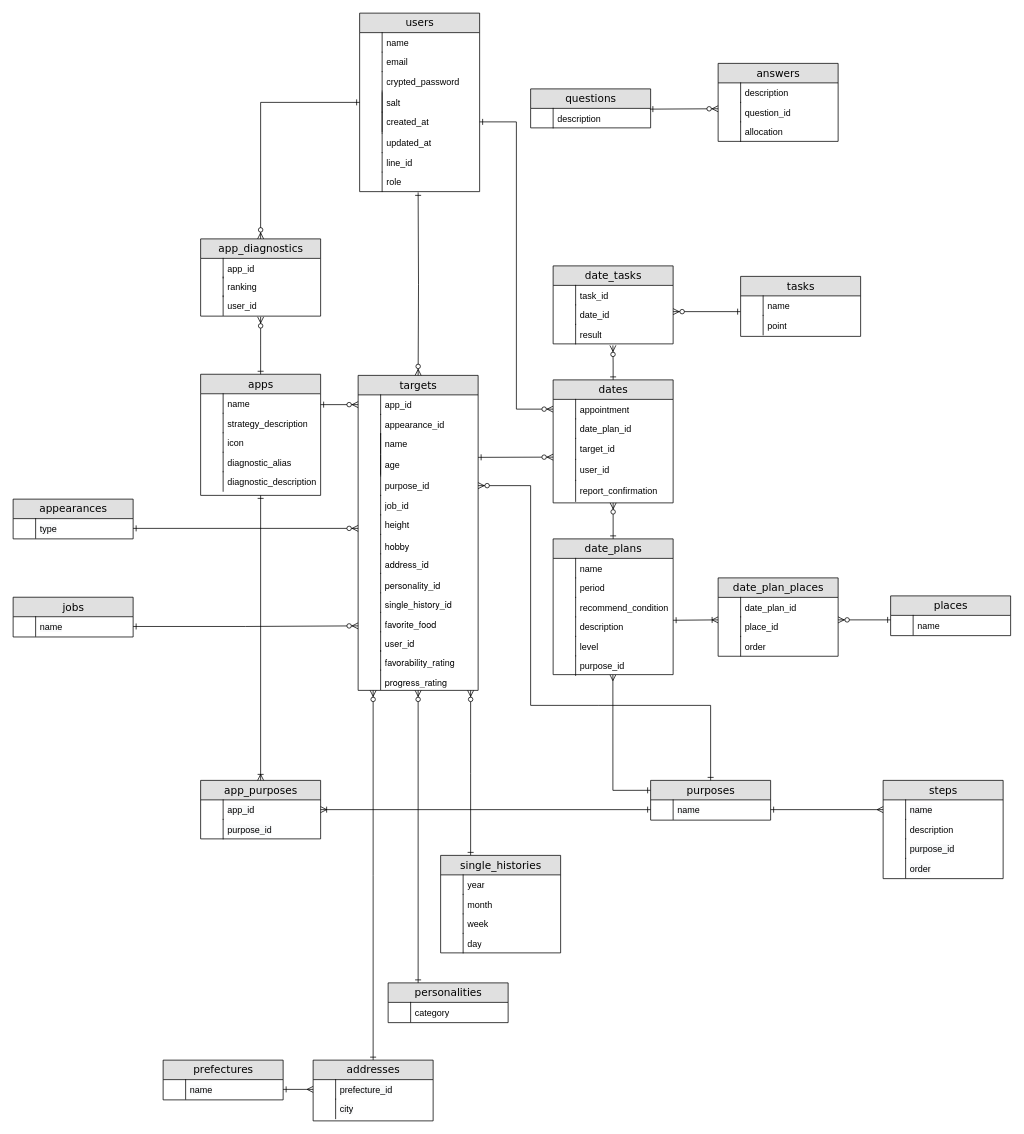
Earlier version of the draw.io diagram Untitled Diagram.drawio (kstar0102/ryuki0102). Source tidied: cells renumbered, new cells numbered last; positions are measured from the earlier drawing's top-left corner, leaving out a move shared by most shapes. Both pictures are drawn from the tidied source at 75%, with x=0, y=0 at pixel (13, 13).
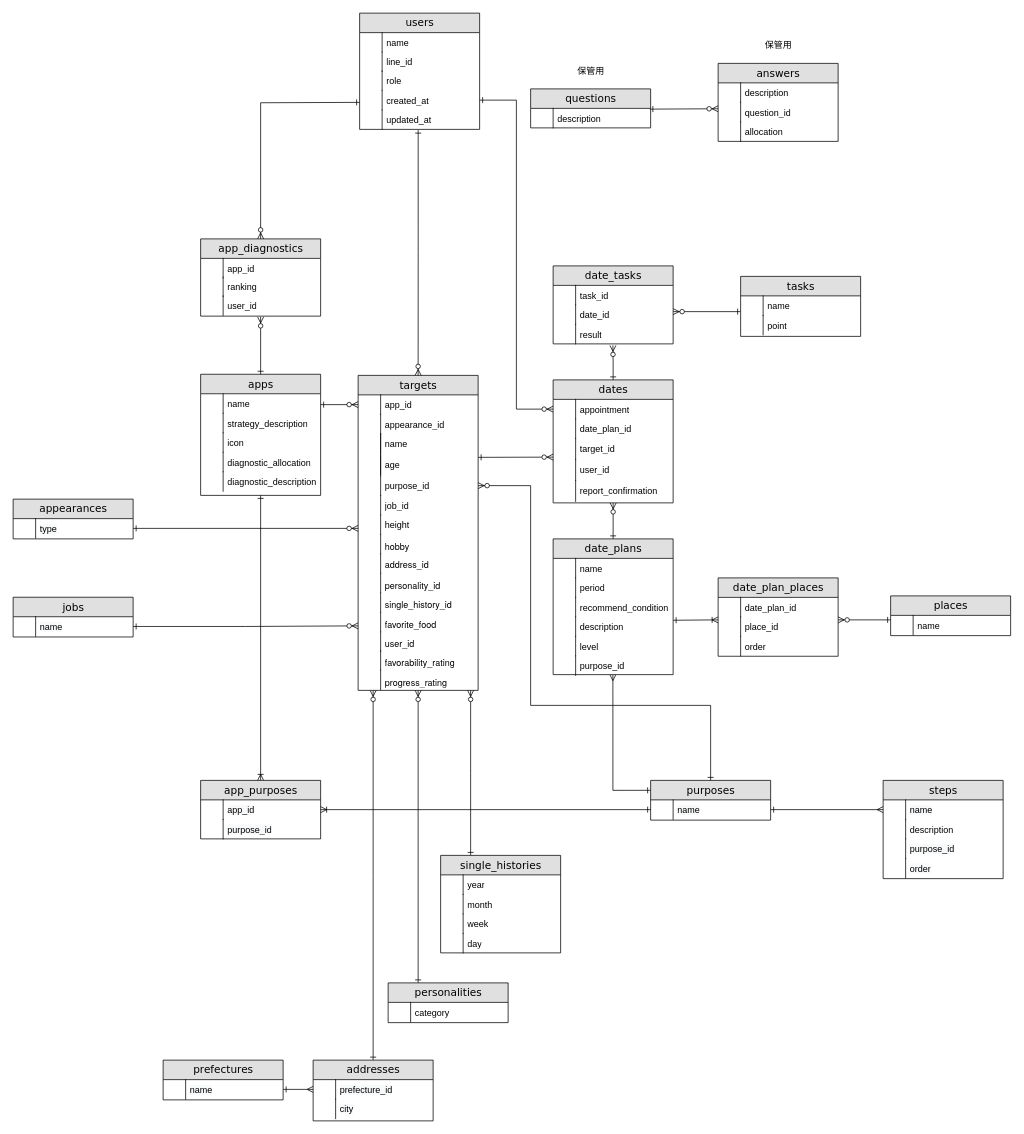
The same page after the edit.

Unchanged cells that the change refers to:
```xml
<mxCell id="21" value="targets" style="swimlane;html=1;fontStyle=0;horizontal=1;startSize=26;fillColor=#e0e0e0;swimlaneFillColor=#ffffff;align=center;rounded=0;shadow=0;comic=0;labelBackgroundColor=none;strokeWidth=1;fontFamily=Verdana;fontSize=14;" parent="1" vertex="1">
  <mxGeometry x="460" y="483" width="160" height="420" as="geometry" />
</mxCell>
<mxCell id="52" value="appointment" style="shape=partialRectangle;top=0;left=0;right=0;bottom=0;html=1;align=left;verticalAlign=top;fillColor=none;spacingLeft=34;spacingRight=4;whiteSpace=wrap;overflow=hidden;points=[[0,0.5],[1,0.5]];portConstraint=eastwest;" parent="51" vertex="1">
  <mxGeometry y="26" width="160" height="26" as="geometry" />
</mxCell>
<mxCell id="94" value="app_diagnostics" style="swimlane;html=1;fontStyle=0;horizontal=1;startSize=26;fillColor=#e0e0e0;swimlaneFillColor=#ffffff;align=center;rounded=0;shadow=0;comic=0;labelBackgroundColor=none;strokeWidth=1;fontFamily=Verdana;fontSize=14;" parent="1" vertex="1">
  <mxGeometry x="250" y="301" width="160" height="103" as="geometry" />
</mxCell>
```

Diff of the diagram source:
```diff
@@
     <mxCell id="2" value="users" style="swimlane;html=1;fontStyle=0;horizontal=1;startSize=26;fillColor=#e0e0e0;swimlaneFillColor=#ffffff;align=center;rounded=0;shadow=0;comic=0;labelBackgroundColor=none;strokeWidth=1;fontFamily=Verdana;fontSize=14;" parent="1" vertex="1">
-      <mxGeometry x="462" width="160" height="238" as="geometry" />
+      <mxGeometry x="462" width="160" height="155" as="geometry" />
     </mxCell>
@@
-    <mxCell id="5" value="email" style="shape=partialRectangle;top=0;left=0;right=0;bottom=0;html=1;align=left;verticalAlign=top;fillColor=none;spacingLeft=34;spacingRight=4;whiteSpace=wrap;overflow=hidden;" parent="2" vertex="1">
-      <mxGeometry y="52" width="160" height="26" as="geometry" />
-    </mxCell>
-    <mxCell id="6" style="shape=partialRectangle;top=0;left=0;bottom=0;html=1;fillColor=none;align=left;verticalAlign=top;spacingLeft=4;spacingRight=4;whiteSpace=wrap;overflow=hidden;" parent="5" vertex="1">
-      <mxGeometry width="30" height="26" as="geometry" />
-    </mxCell>
-    <mxCell id="7" value="crypted_password" style="shape=partialRectangle;top=0;left=0;right=0;bottom=0;html=1;align=left;verticalAlign=top;fillColor=none;spacingLeft=34;spacingRight=4;whiteSpace=wrap;overflow=hidden;" parent="2" vertex="1">
-      <mxGeometry y="78" width="160" height="26" as="geometry" />
-    </mxCell>
-    <mxCell id="8" style="shape=partialRectangle;top=0;left=0;bottom=0;html=1;fillColor=none;align=left;verticalAlign=top;spacingLeft=4;spacingRight=4;whiteSpace=wrap;overflow=hidden;" parent="7" vertex="1">
-      <mxGeometry width="30" height="26" as="geometry" />
-    </mxCell>
-    <mxCell id="9" style="shape=partialRectangle;top=0;left=0;right=0;bottom=0;html=1;align=left;verticalAlign=top;fillColor=none;spacingLeft=34;spacingRight=4;whiteSpace=wrap;overflow=hidden;" parent="2" vertex="1">
-      <mxGeometry y="104" width="160" height="56" as="geometry" />
-    </mxCell>
-    <mxCell id="10" style="shape=partialRectangle;top=0;left=0;bottom=0;html=1;fillColor=none;align=left;verticalAlign=top;spacingLeft=4;spacingRight=4;whiteSpace=wrap;overflow=hidden;" parent="9" vertex="1">
-      <mxGeometry width="30" height="56" as="geometry" />
-    </mxCell>
-    <mxCell id="11" style="edgeStyle=orthogonalEdgeStyle;rounded=0;jettySize=auto;html=1;exitX=0;exitY=0.5;exitDx=0;exitDy=0;entryX=0.5;entryY=0;entryDx=0;entryDy=0;fontSize=11;startArrow=ERone;startFill=0;endArrow=ERzeroToMany;endFill=1;endSize=6;strokeWidth=1;" parent="1" edge="1" source="12" target="94">
-      <mxGeometry relative="1" as="geometry" />
-    </mxCell>
-    <mxCell id="12" value="salt" style="shape=partialRectangle;top=0;left=0;right=0;bottom=0;html=1;align=left;verticalAlign=top;fillColor=none;spacingLeft=34;spacingRight=4;whiteSpace=wrap;overflow=hidden;points=[[0,0.5],[1,0.5]];portConstraint=eastwest;" parent="1" vertex="1">
-      <mxGeometry x="462" y="106" width="160" height="26" as="geometry" />
-    </mxCell>
-    <mxCell id="13" style="shape=partialRectangle;top=0;left=0;bottom=0;html=1;fillColor=none;align=left;verticalAlign=top;spacingLeft=4;spacingRight=4;whiteSpace=wrap;overflow=hidden;" parent="12" vertex="1">
-      <mxGeometry width="30" height="26" as="geometry" />
-    </mxCell>
-    <mxCell id="14" style="edgeStyle=orthogonalEdgeStyle;rounded=0;jettySize=auto;html=1;exitX=1;exitY=0.5;exitDx=0;exitDy=0;entryX=0;entryY=0.5;entryDx=0;entryDy=0;fontSize=11;startArrow=ERone;startFill=0;endArrow=ERzeroToMany;endFill=1;endSize=6;strokeWidth=1;" parent="1" edge="1" source="15" target="52">
-      <mxGeometry relative="1" as="geometry" />
-    </mxCell>
+    <mxCell id="19" value="line_id" style="shape=partialRectangle;top=0;left=0;right=0;bottom=0;html=1;align=left;verticalAlign=top;fillColor=none;spacingLeft=34;spacingRight=4;whiteSpace=wrap;overflow=hidden;" parent="2" vertex="1">
+      <mxGeometry y="52" width="160" height="25" as="geometry" />
+    </mxCell>
+    <mxCell id="20" style="shape=partialRectangle;top=0;left=0;bottom=0;html=1;fillColor=none;align=left;verticalAlign=top;spacingLeft=4;spacingRight=4;whiteSpace=wrap;overflow=hidden;" parent="19" vertex="1">
+      <mxGeometry width="30" height="25.9" as="geometry" />
+    </mxCell>
+    <mxCell id="104" value="role" style="shape=partialRectangle;top=0;left=0;right=0;bottom=0;html=1;align=left;verticalAlign=top;fillColor=none;spacingLeft=34;spacingRight=4;whiteSpace=wrap;overflow=hidden;" parent="2" vertex="1">
+      <mxGeometry y="77" width="160" height="26" as="geometry" />
+    </mxCell>
+    <mxCell id="105" style="shape=partialRectangle;top=0;left=0;bottom=0;html=1;fillColor=none;align=left;verticalAlign=top;spacingLeft=4;spacingRight=4;whiteSpace=wrap;overflow=hidden;" parent="104" vertex="1">
+      <mxGeometry width="30" height="25.9" as="geometry" />
+    </mxCell>
-    <mxCell id="15" value="created_at" style="shape=partialRectangle;top=0;left=0;right=0;bottom=0;html=1;align=left;verticalAlign=top;fillColor=none;spacingLeft=34;spacingRight=4;whiteSpace=wrap;overflow=hidden;points=[[0,0.5],[1,0.5]];portConstraint=eastwest;" parent="1" vertex="1">
-      <mxGeometry x="462" y="132" width="160" height="26" as="geometry" />
+    <mxCell id="15" value="created_at" style="shape=partialRectangle;top=0;left=0;right=0;bottom=0;html=1;align=left;verticalAlign=top;fillColor=none;spacingLeft=34;spacingRight=4;whiteSpace=wrap;overflow=hidden;points=[[0,0.5],[1,0.5]];portConstraint=eastwest;" parent="2" vertex="1">
+      <mxGeometry y="103" width="160" height="26" as="geometry" />
     </mxCell>
@@
-    <mxCell id="17" value="updated_at" style="shape=partialRectangle;top=0;left=0;right=0;bottom=0;html=1;align=left;verticalAlign=top;fillColor=none;spacingLeft=34;spacingRight=4;whiteSpace=wrap;overflow=hidden;points=[[0,0.5],[1,0.5]];portConstraint=eastwest;" parent="1" vertex="1">
-      <mxGeometry x="462" y="160" width="160" height="26" as="geometry" />
+    <mxCell id="17" value="updated_at" style="shape=partialRectangle;top=0;left=0;right=0;bottom=0;html=1;align=left;verticalAlign=top;fillColor=none;spacingLeft=34;spacingRight=4;whiteSpace=wrap;overflow=hidden;points=[[0,0.5],[1,0.5]];portConstraint=eastwest;" parent="2" vertex="1">
+      <mxGeometry y="129" width="160" height="26" as="geometry" />
     </mxCell>
@@
-    <mxCell id="19" value="line_id" style="shape=partialRectangle;top=0;left=0;right=0;bottom=0;html=1;align=left;verticalAlign=top;fillColor=none;spacingLeft=34;spacingRight=4;whiteSpace=wrap;overflow=hidden;" parent="1" vertex="1">
-      <mxGeometry x="462" y="186" width="160" height="36" as="geometry" />
-    </mxCell>
-    <mxCell id="20" style="shape=partialRectangle;top=0;left=0;bottom=0;html=1;fillColor=none;align=left;verticalAlign=top;spacingLeft=4;spacingRight=4;whiteSpace=wrap;overflow=hidden;" parent="19" vertex="1">
-      <mxGeometry width="30" height="25.9" as="geometry" />
-    </mxCell>
+    <mxCell id="11" style="edgeStyle=orthogonalEdgeStyle;rounded=0;jettySize=auto;html=1;exitX=0;exitY=0.5;exitDx=0;exitDy=0;entryX=0.5;entryY=0;entryDx=0;entryDy=0;fontSize=11;startArrow=ERone;startFill=0;endArrow=ERzeroToMany;endFill=1;endSize=6;strokeWidth=1;" parent="1" edge="1" target="94">
+      <mxGeometry relative="1" as="geometry">
+        <mxPoint x="462" y="119" as="sourcePoint" />
+      </mxGeometry>
+    </mxCell>
+    <mxCell id="14" style="edgeStyle=orthogonalEdgeStyle;rounded=0;jettySize=auto;html=1;exitX=1;exitY=0.5;exitDx=0;exitDy=0;entryX=0;entryY=0.5;entryDx=0;entryDy=0;fontSize=11;startArrow=ERone;startFill=0;endArrow=ERzeroToMany;endFill=1;endSize=6;strokeWidth=1;" parent="1" edge="1" source="15" target="52">
+      <mxGeometry relative="1" as="geometry" />
+    </mxCell>
@@
-    <mxCell id="88" style="edgeStyle=orthogonalEdgeStyle;rounded=0;jettySize=auto;html=1;startArrow=ERone;startFill=0;endArrow=ERzeroToMany;endFill=1;" parent="1" edge="1" target="21">
-      <mxGeometry relative="1" as="geometry">
-        <mxPoint x="540" y="239" as="sourcePoint" />
-      </mxGeometry>
+    <mxCell id="88" style="edgeStyle=orthogonalEdgeStyle;rounded=0;jettySize=auto;html=1;startArrow=ERone;startFill=0;endArrow=ERzeroToMany;endFill=1;entryX=0.5;entryY=0;entryDx=0;entryDy=0;exitX=0.488;exitY=1.038;exitDx=0;exitDy=0;exitPerimeter=0;" parent="1" edge="1" source="17" target="21">
+      <mxGeometry relative="1" as="geometry" />
     </mxCell>
@@
-    <mxCell id="102" value="diagnostic_alias" style="shape=partialRectangle;top=0;left=0;right=0;bottom=0;html=1;align=left;verticalAlign=top;fillColor=none;spacingLeft=34;spacingRight=4;whiteSpace=wrap;overflow=hidden;" parent="1" vertex="1">
+    <mxCell id="102" value="diagnostic_allocation" style="shape=partialRectangle;top=0;left=0;right=0;bottom=0;html=1;align=left;verticalAlign=top;fillColor=none;spacingLeft=34;spacingRight=4;whiteSpace=wrap;overflow=hidden;" parent="1" vertex="1">
       <mxGeometry x="250" y="585.5" width="160" height="25" as="geometry" />
     </mxCell>
@@
-    <mxCell id="104" value="role" style="shape=partialRectangle;top=0;left=0;right=0;bottom=0;html=1;align=left;verticalAlign=top;fillColor=none;spacingLeft=34;spacingRight=4;whiteSpace=wrap;overflow=hidden;" parent="1" vertex="1">
-      <mxGeometry x="462" y="212" width="160" height="36" as="geometry" />
-    </mxCell>
-    <mxCell id="105" style="shape=partialRectangle;top=0;left=0;bottom=0;html=1;fillColor=none;align=left;verticalAlign=top;spacingLeft=4;spacingRight=4;whiteSpace=wrap;overflow=hidden;" parent="104" vertex="1">
-      <mxGeometry width="30" height="25.9" as="geometry" />
-    </mxCell>
@@
+    <mxCell id="194" value="保管用" style="text;html=1;align=center;verticalAlign=middle;strokeColor=none;" parent="1" vertex="1">
+      <mxGeometry x="745" y="67" width="50" height="20" as="geometry" />
+    </mxCell>
+    <mxCell id="195" value="保管用" style="text;html=1;align=center;verticalAlign=middle;strokeColor=none;" parent="1" vertex="1">
+      <mxGeometry x="995" y="33" width="50" height="20" as="geometry" />
+    </mxCell>
```
